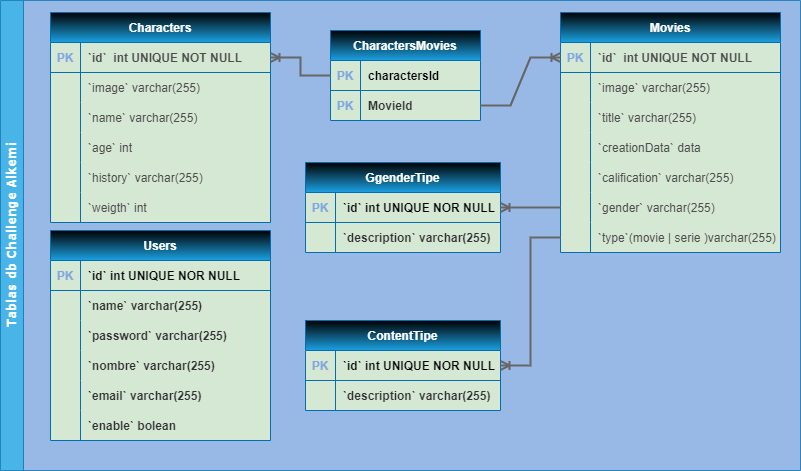
Above: db.png in alekusa/Alkemy_Challenge_NodeJs (draw.io), before the change. Source tidied: cells renumbered, new cells last; positions are measured from the earlier drawing's top-left corner, leaving out a move shared by most shapes.
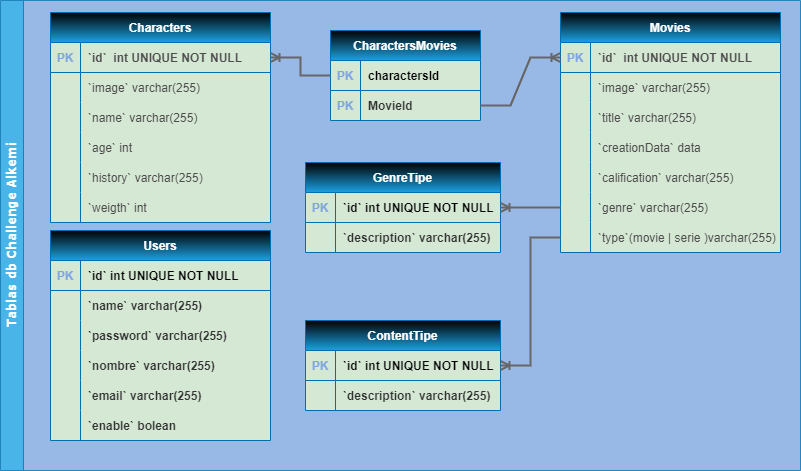
After the commit.

The edit, as a diff of the source:
```diff
@@ -146,7 +146,7 @@
     <mxCell id="49" style="shape=partialRectangle;overflow=hidden;fillColor=none;strokeColor=inherit;top=0;left=0;bottom=0;right=0;" parent="48" vertex="1">
       <mxGeometry width="30" height="30" as="geometry" />
     </mxCell>
-    <mxCell id="50" value="`gender` varchar(255)" style="shape=partialRectangle;overflow=hidden;fillColor=none;align=left;strokeColor=inherit;top=0;left=0;bottom=0;right=0;spacingLeft=6;fontColor=#4D4D4D;" parent="48" vertex="1">
+    <mxCell id="50" value="`genre` varchar(255)" style="shape=partialRectangle;overflow=hidden;fillColor=none;align=left;strokeColor=inherit;top=0;left=0;bottom=0;right=0;spacingLeft=6;fontColor=#4D4D4D;" parent="48" vertex="1">
       <mxGeometry x="30" width="190" height="30" as="geometry" />
     </mxCell>
     <mxCell id="51" style="shape=tableRow;horizontal=0;startSize=0;swimlaneHead=0;swimlaneBody=0;fillColor=none;points=[[0,0.5],[1,0.5]];portConstraint=eastwest;strokeColor=inherit;top=0;left=0;right=0;bottom=0;" parent="32" vertex="1">
@@ -170,7 +170,7 @@
     <mxCell id="57" value="PK" style="shape=partialRectangle;overflow=hidden;fillColor=none;strokeColor=inherit;top=0;left=0;bottom=0;right=0;fontStyle=1;fontColor=#7EA6E0;" parent="56" vertex="1">
       <mxGeometry width="30" height="30" as="geometry" />
     </mxCell>
-    <mxCell id="58" value="`id` int UNIQUE NOR NULL" style="shape=partialRectangle;overflow=hidden;fillColor=none;align=left;strokeColor=inherit;top=0;left=0;bottom=0;right=0;spacingLeft=6;fontStyle=1;fontColor=#000000;" parent="56" vertex="1">
+    <mxCell id="58" value="`id` int UNIQUE NOT NULL" style="shape=partialRectangle;overflow=hidden;fillColor=none;align=left;strokeColor=inherit;top=0;left=0;bottom=0;right=0;spacingLeft=6;fontStyle=1;fontColor=#000000;" parent="56" vertex="1">
       <mxGeometry x="30" width="190" height="30" as="geometry" />
     </mxCell>
     <mxCell id="59" style="shape=tableRow;horizontal=0;startSize=0;swimlaneHead=0;swimlaneBody=0;fillColor=none;strokeColor=inherit;top=0;left=0;right=0;bottom=0;fontColor=#666666;" parent="55" vertex="1">
@@ -218,7 +218,7 @@
     <mxCell id="73" value="`enable` bolean" style="shape=partialRectangle;overflow=hidden;fillColor=none;align=left;strokeColor=inherit;top=0;left=0;bottom=0;right=0;spacingLeft=6;fontColor=#333333;fontStyle=1;" parent="71" vertex="1">
       <mxGeometry x="30" width="190" height="30" as="geometry" />
     </mxCell>
-    <mxCell id="74" value="GgenderTipe" style="shape=table;startSize=30;rowLines=0;fontStyle=1;align=center;gradientDirection=north;swimlaneFillColor=#D5E8D4;fontColor=#ffffff;fillColor=#1ba1e2;strokeColor=#006EAF;gradientColor=default;" parent="2" vertex="1">
+    <mxCell id="74" value="GenreTipe" style="shape=table;startSize=30;rowLines=0;fontStyle=1;align=center;gradientDirection=north;swimlaneFillColor=#D5E8D4;fontColor=#ffffff;fillColor=#1ba1e2;strokeColor=#006EAF;gradientColor=default;" parent="2" vertex="1">
       <mxGeometry x="305" y="162" width="195" height="90" as="geometry" />
     </mxCell>
     <mxCell id="75" style="shape=tableRow;horizontal=0;startSize=0;swimlaneHead=0;swimlaneBody=0;fillColor=none;points=[[0,0.5],[1,0.5]];portConstraint=eastwest;strokeColor=inherit;top=0;left=0;right=0;bottom=1;fontColor=#666666;" parent="74" vertex="1">
@@ -227,7 +227,7 @@
     <mxCell id="76" value="PK" style="shape=partialRectangle;overflow=hidden;fillColor=none;strokeColor=inherit;top=0;left=0;bottom=0;right=0;fontStyle=1;fontColor=#7EA6E0;" parent="75" vertex="1">
       <mxGeometry width="30" height="30" as="geometry" />
     </mxCell>
-    <mxCell id="77" value="`id` int UNIQUE NOR NULL" style="shape=partialRectangle;overflow=hidden;fillColor=none;align=left;strokeColor=inherit;top=0;left=0;bottom=0;right=0;spacingLeft=6;fontStyle=1;fontColor=#000000;" parent="75" vertex="1">
+    <mxCell id="77" value="`id` int UNIQUE NOT NULL" style="shape=partialRectangle;overflow=hidden;fillColor=none;align=left;strokeColor=inherit;top=0;left=0;bottom=0;right=0;spacingLeft=6;fontStyle=1;fontColor=#000000;" parent="75" vertex="1">
       <mxGeometry x="30" width="165" height="30" as="geometry" />
     </mxCell>
     <mxCell id="78" style="shape=tableRow;horizontal=0;startSize=0;swimlaneHead=0;swimlaneBody=0;fillColor=none;strokeColor=inherit;top=0;left=0;right=0;bottom=0;fontColor=#666666;" parent="74" vertex="1">
@@ -248,7 +248,7 @@
     <mxCell id="83" value="PK" style="shape=partialRectangle;overflow=hidden;fillColor=none;strokeColor=inherit;top=0;left=0;bottom=0;right=0;fontStyle=1;fontColor=#7EA6E0;" parent="82" vertex="1">
       <mxGeometry width="30" height="30" as="geometry" />
     </mxCell>
-    <mxCell id="84" value="`id` int UNIQUE NOR NULL" style="shape=partialRectangle;overflow=hidden;fillColor=none;align=left;strokeColor=inherit;top=0;left=0;bottom=0;right=0;spacingLeft=6;fontStyle=1;fontColor=#000000;" parent="82" vertex="1">
+    <mxCell id="84" value="`id` int UNIQUE NOT NULL" style="shape=partialRectangle;overflow=hidden;fillColor=none;align=left;strokeColor=inherit;top=0;left=0;bottom=0;right=0;spacingLeft=6;fontStyle=1;fontColor=#000000;" parent="82" vertex="1">
       <mxGeometry x="30" width="165" height="30" as="geometry" />
     </mxCell>
     <mxCell id="85" style="shape=tableRow;horizontal=0;startSize=0;swimlaneHead=0;swimlaneBody=0;fillColor=none;strokeColor=inherit;top=0;left=0;right=0;bottom=0;fontColor=#666666;" parent="81" vertex="1">
```
